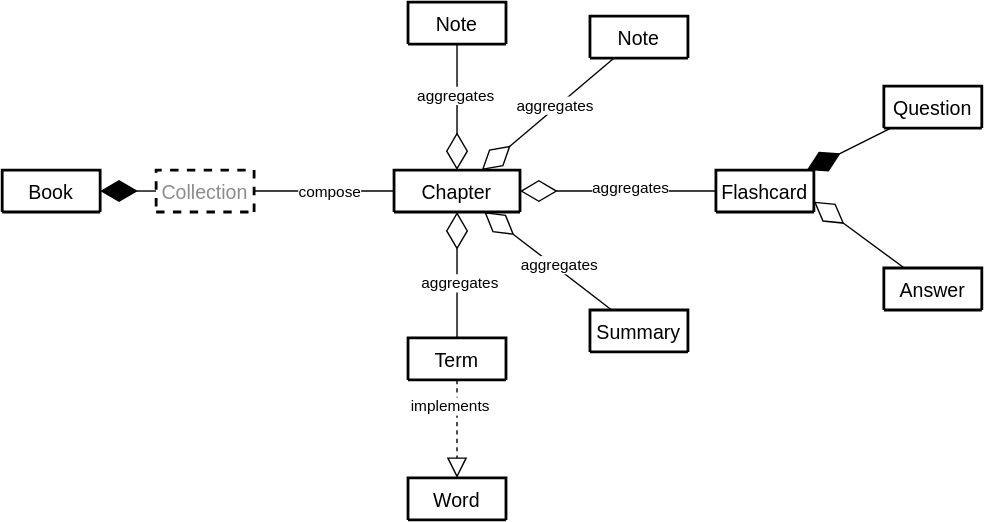
The draw.io diagram api/relationships.svg in Erinbro/librimem, before a commit. Source tidied: cells renumbered, new cells last; positions are measured from the earlier drawing's top-left corner, leaving out a move shared by most shapes.
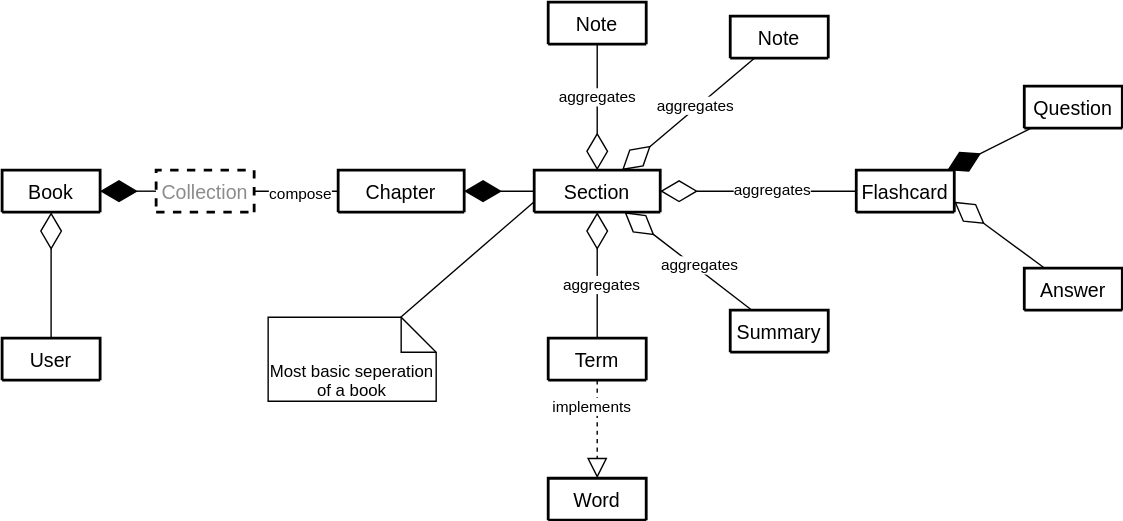
After the change.

The edit, as a diff of the source:
```diff
@@ -3,10 +3,10 @@
     <mxCell id="0" />
     <mxCell id="1" parent="0" />
     <mxCell id="2" value="Book" style="swimlane;horizontal=1;startSize=30;rounded=1;fontSize=14;fontStyle=0;strokeWidth=2;shadow=0;dashed=0;align=center;" parent="1" vertex="1" collapsed="1">
-      <mxGeometry y="120" width="70" height="30" as="geometry" />
+      <mxGeometry x="-100" y="120" width="70" height="30" as="geometry" />
     </mxCell>
     <mxCell id="3" value="Chapter" style="swimlane;horizontal=1;startSize=30;rounded=1;fontSize=14;fontStyle=0;strokeWidth=2;shadow=0;dashed=0;align=center;" parent="1" vertex="1" collapsed="1">
-      <mxGeometry x="280" y="120" width="90" height="30" as="geometry" />
+      <mxGeometry x="140" y="120" width="90" height="30" as="geometry" />
     </mxCell>
     <mxCell id="4" style="endArrow=diamondThin;endFill=1;endSize=24;html=1;rounded=0;startArrow=none;" parent="1" edge="1" source="29" target="2">
       <mxGeometry relative="1" as="geometry" />
@@ -14,7 +14,7 @@
     <mxCell id="5" value="Note" style="swimlane;horizontal=1;startSize=30;rounded=1;fontSize=14;fontStyle=0;strokeWidth=2;shadow=0;dashed=0;align=center;" parent="1" vertex="1" collapsed="1">
       <mxGeometry x="420" y="10" width="70" height="30" as="geometry" />
     </mxCell>
-    <mxCell id="6" style="endArrow=diamondThin;endFill=0;endSize=24;html=1;rounded=0;" parent="1" edge="1" source="5" target="3">
+    <mxCell id="6" style="endArrow=diamondThin;endFill=0;endSize=24;html=1;rounded=0;" parent="1" edge="1" source="5" target="30">
       <mxGeometry relative="1" as="geometry" />
     </mxCell>
     <mxCell id="7" value="aggregates" style="edgeLabel;html=1;align=center;verticalAlign=middle;" parent="6" vertex="1">
@@ -34,7 +34,7 @@
         <mxPoint y="-1" as="offset" />
       </mxGeometry>
     </mxCell>
-    <mxCell id="12" style="endArrow=diamondThin;endFill=0;endSize=24;html=1;rounded=0;" parent="1" edge="1" source="9" target="3">
+    <mxCell id="12" style="endArrow=diamondThin;endFill=0;endSize=24;html=1;rounded=0;" parent="1" edge="1" source="9" target="30">
       <mxGeometry relative="1" as="geometry" />
     </mxCell>
     <mxCell id="13" value="aggregates" style="edgeLabel;html=1;align=center;verticalAlign=middle;" parent="12" vertex="1">
@@ -43,7 +43,7 @@
     <mxCell id="14" value="Note" style="swimlane;horizontal=1;startSize=30;rounded=1;fontSize=14;fontStyle=0;strokeWidth=2;shadow=0;dashed=0;align=center;" parent="1" vertex="1" collapsed="1">
       <mxGeometry x="290" width="70" height="30" as="geometry" />
     </mxCell>
-    <mxCell id="15" style="endArrow=diamondThin;endFill=0;endSize=24;html=1;rounded=0;" parent="1" edge="1" source="14" target="3">
+    <mxCell id="15" style="endArrow=diamondThin;endFill=0;endSize=24;html=1;rounded=0;" parent="1" edge="1" source="14" target="30">
       <mxGeometry relative="1" as="geometry" />
     </mxCell>
     <mxCell id="16" value="aggregates" style="edgeLabel;html=1;align=center;verticalAlign=middle;" parent="15" vertex="1">
@@ -64,7 +64,7 @@
     <mxCell id="21" style="endArrow=diamondThin;endFill=0;endSize=24;html=1;rounded=0;entryX=1;entryY=0.75;entryDx=0;entryDy=0;" parent="1" edge="1" source="18" target="17">
       <mxGeometry relative="1" as="geometry" />
     </mxCell>
-    <mxCell id="22" style="endArrow=diamondThin;endFill=0;endSize=24;html=1;rounded=0;" parent="1" edge="1" source="17" target="3">
+    <mxCell id="22" style="endArrow=diamondThin;endFill=0;endSize=24;html=1;rounded=0;" parent="1" edge="1" source="17" target="30">
       <mxGeometry relative="1" as="geometry" />
     </mxCell>
     <mxCell id="23" value="aggregates" style="edgeLabel;html=1;align=center;verticalAlign=middle;" parent="22" vertex="1">
@@ -73,7 +73,7 @@
     <mxCell id="24" value="Summary" style="swimlane;horizontal=1;startSize=30;rounded=1;fontSize=14;fontStyle=0;strokeWidth=2;shadow=0;dashed=0;align=center;" parent="1" vertex="1" collapsed="1">
       <mxGeometry x="420" y="220" width="70" height="30" as="geometry" />
     </mxCell>
-    <mxCell id="25" style="endArrow=diamondThin;endFill=0;endSize=24;html=1;rounded=0;" parent="1" edge="1" source="24" target="3">
+    <mxCell id="25" style="endArrow=diamondThin;endFill=0;endSize=24;html=1;rounded=0;" parent="1" edge="1" source="24" target="30">
       <mxGeometry relative="1" as="geometry" />
     </mxCell>
     <mxCell id="26" value="aggregates" style="edgeLabel;html=1;align=center;verticalAlign=middle;" parent="25" vertex="1">
@@ -86,7 +86,25 @@
       <mxGeometry x="-0.07" y="1" relative="1" as="geometry" />
     </mxCell>
     <mxCell id="29" value="Collection" style="swimlane;horizontal=1;startSize=30;rounded=1;fontSize=14;fontStyle=0;strokeWidth=2;shadow=0;dashed=1;align=center;fontColor=#8c8c8c;" parent="1" vertex="1" collapsed="1">
-      <mxGeometry x="110" y="120" width="70" height="30" as="geometry" />
+      <mxGeometry x="10" y="120" width="70" height="30" as="geometry" />
     </mxCell>
+    <mxCell id="30" value="Section" style="swimlane;horizontal=1;startSize=30;rounded=1;fontSize=14;fontStyle=0;strokeWidth=2;shadow=0;dashed=0;align=center;" parent="1" vertex="1" collapsed="1">
+      <mxGeometry x="280" y="120" width="90" height="30" as="geometry" />
+    </mxCell>
+    <mxCell id="31" style="rounded=0;jettySize=auto;html=1;entryX=0;entryY=0.75;entryDx=0;entryDy=0;endArrow=none;endFill=0;" parent="1" edge="1" source="32" target="30">
+      <mxGeometry relative="1" as="geometry" />
+    </mxCell>
+    <mxCell id="32" value="Most basic seperation of a book" style="shape=note2;boundedLbl=1;whiteSpace=wrap;html=1;size=25;verticalAlign=top;align=center;" parent="1" vertex="1">
+      <mxGeometry x="90" y="225" width="120" height="60" as="geometry" />
+    </mxCell>
+    <mxCell id="33" style="endArrow=diamondThin;endFill=1;endSize=24;html=1;rounded=0;" parent="1" edge="1" source="30" target="3">
+      <mxGeometry relative="1" as="geometry" />
+    </mxCell>
+    <mxCell id="34" value="User" style="swimlane;horizontal=1;startSize=30;rounded=1;fontSize=14;fontStyle=0;strokeWidth=2;shadow=0;dashed=0;align=center;" parent="1" vertex="1" collapsed="1">
+      <mxGeometry x="-100" y="240" width="70" height="30" as="geometry" />
+    </mxCell>
+    <mxCell id="35" style="endArrow=diamondThin;endFill=0;endSize=24;html=1;rounded=0;" parent="1" edge="1" source="34" target="2">
+      <mxGeometry relative="1" as="geometry" />
+    </mxCell>
   </root>
 </mxGraphModel>
```
